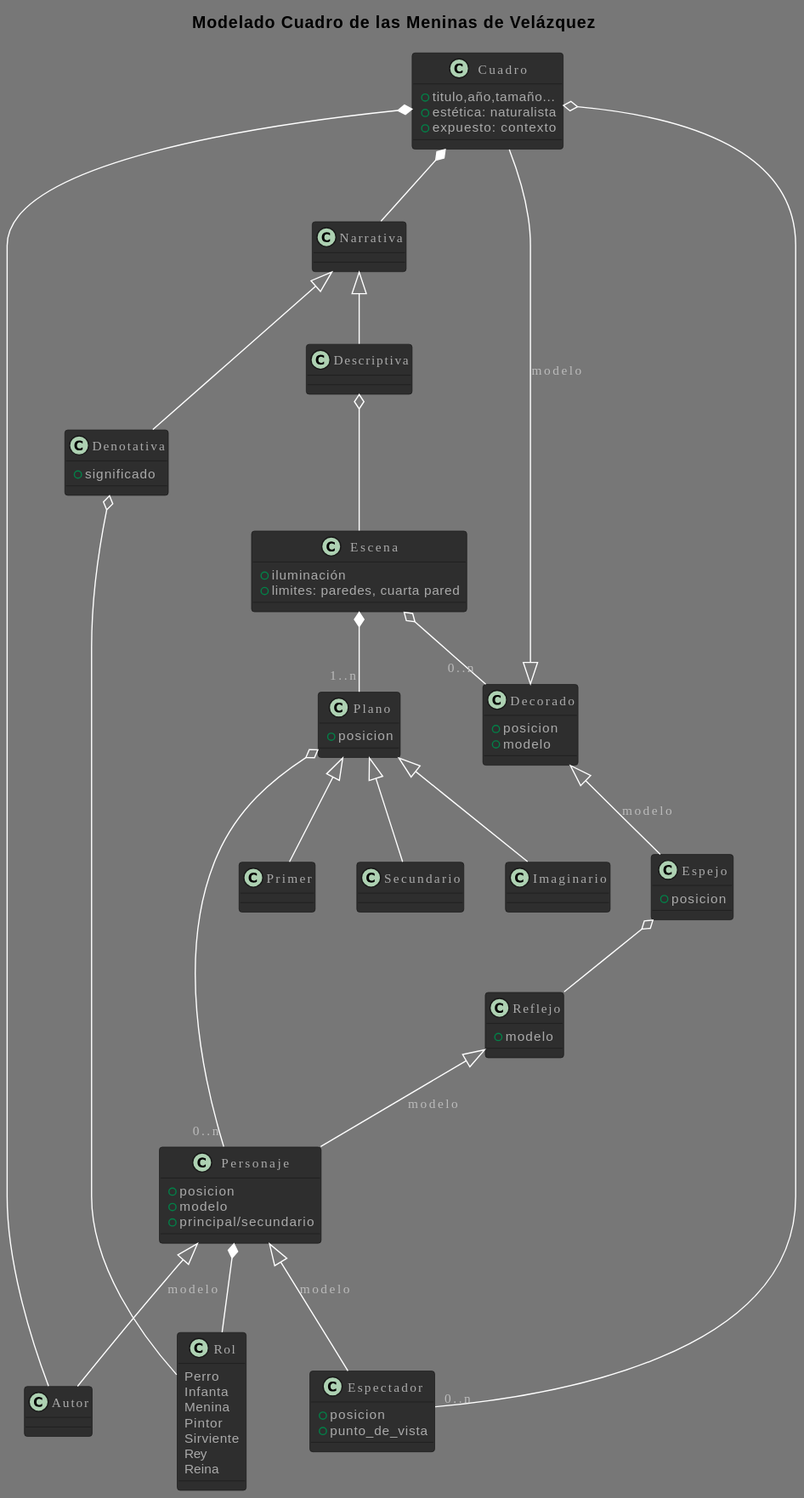
Before: PracticasMaster/01_Modelado_O/diagrams/meninas/MeninasDomain.svg, a diagram exported from PlantUML (Joselon/joselon.github.io).
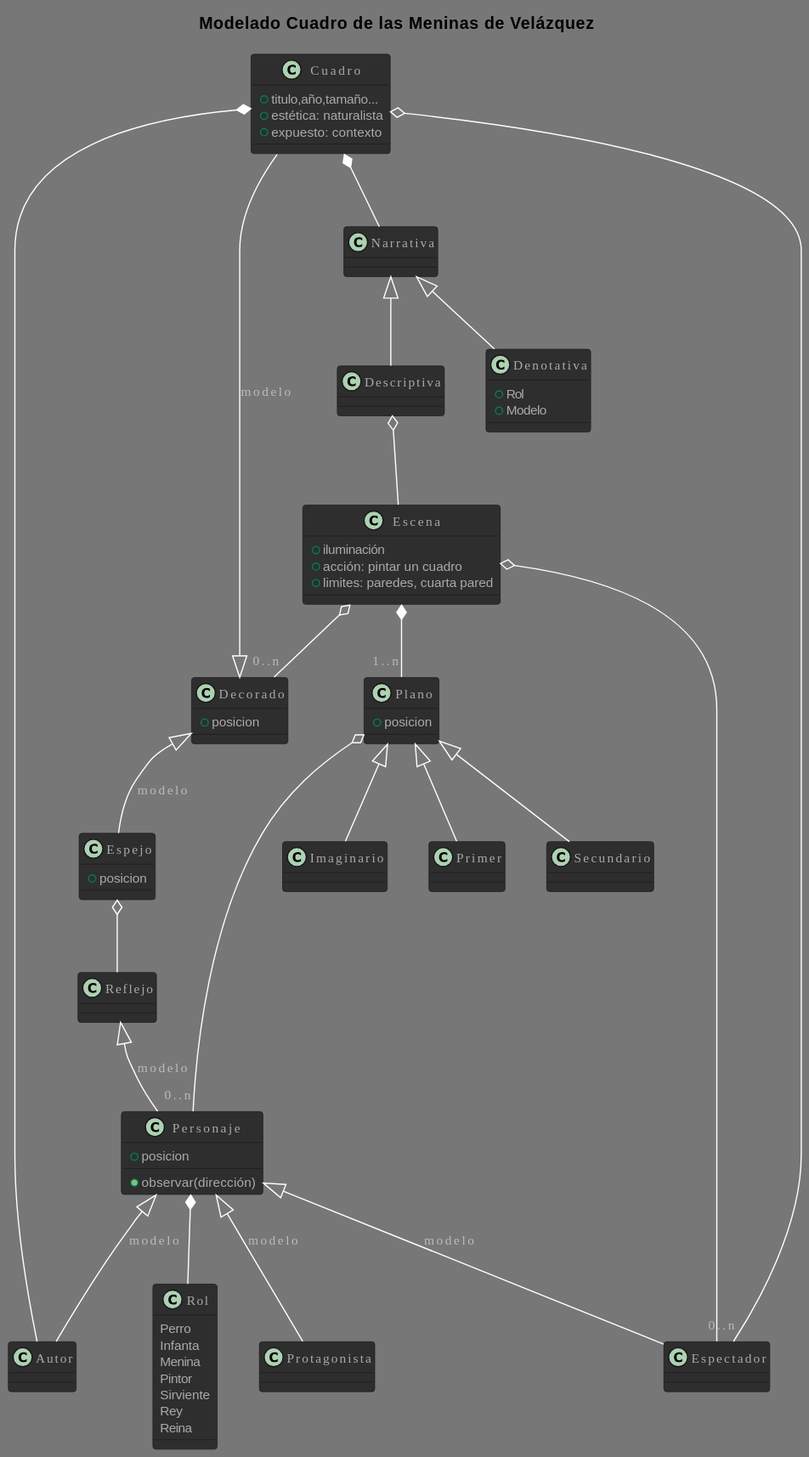
The same file after the commit.

Commit message:
Practica Meninas. PostXavi

The edit, as a diff of the source:
```diff
@@ -12,18 +12,14 @@
 Cuadro *-- Narrativa
 
 class Narrativa {
-
 }
 Narrativa <|-- Denotativa
 Narrativa <|-- Descriptiva
 
-class Descriptiva {
+class Denotativa {
+    + Rol
+    + Modelo
 }
-
-class Denotativa {
-    + significado
-}
-Denotativa o-- Rol
 
 class Rol {
     Perro
@@ -41,28 +37,26 @@
 
 class Escena {
     + iluminación
+    + acción: pintar un cuadro
     + limites: paredes, cuarta pared
 }
 Escena o--"0..n" Decorado
 Escena *--"1..n" Plano
+Escena o-- Espectador
 
 class Plano {
     + posicion
-
 }
 Plano <|-- Primer
 Plano <|-- Secundario
 Plano <|-- Imaginario
 Plano o--"0..n" Personaje
 
-
 class Decorado {
    + posicion
-   + modelo
 }
 Decorado <|-- Cuadro :modelo
 Decorado <|-- Espejo :modelo
-
 
 class Espejo {
     + posicion
@@ -70,24 +64,20 @@
 Espejo o-- Reflejo
 
 class Reflejo{
-   + modelo
 }
 Reflejo <|-- Personaje :modelo
 
 class Personaje {
     + posicion
-    + modelo
-    + principal/secundario
+    + observar(dirección)
 }
 Personaje <|-- Autor :modelo
 Personaje <|-- Espectador :modelo
+Personaje <|-- Protagonista :modelo
 Personaje *-- Rol
+
 class Espectador {
-    + posicion
-    + punto_de_vista
 }
-
-
 
 @end
 
@@ -381,18 +371,14 @@
 Cuadro *-- Narrativa
 
 class Narrativa {
-
 }
 Narrativa <|-- Denotativa
 Narrativa <|-- Descriptiva
 
-class Descriptiva {
+class Denotativa {
+    + Rol
+    + Modelo
 }
-
-class Denotativa {
-    + significado
-}
-Denotativa o-- Rol
 
 class Rol {
     Perro
@@ -410,28 +396,26 @@
 
 class Escena {
     + iluminación
+    + acción: pintar un cuadro
     + limites: paredes, cuarta pared
 }
 Escena o--"0..n" Decorado
 Escena *--"1..n" Plano
+Escena o-- Espectador
 
 class Plano {
     + posicion
-
 }
 Plano <|-- Primer
 Plano <|-- Secundario
 Plano <|-- Imaginario
 Plano o--"0..n" Personaje
 
-
 class Decorado {
    + posicion
-   + modelo
 }
 Decorado <|-- Cuadro :modelo
 Decorado <|-- Espejo :modelo
-
 
 class Espejo {
     + posicion
@@ -439,32 +423,28 @@
 Espejo o-- Reflejo
 
 class Reflejo{
-   + modelo
 }
 Reflejo <|-- Personaje :modelo
 
 class Personaje {
     + posicion
-    + modelo
-    + principal/secundario
+    + observar(dirección)
 }
 Personaje <|-- Autor :modelo
 Personaje <|-- Espectador :modelo
+Personaje <|-- Protagonista :modelo
 Personaje *-- Rol
+
 class Espectador {
-    + posicion
-    + punto_de_vista
 }
-
-
 
 @end
 
 PlantUML version 1.2024.3(Thu Feb 15 19:40:05 WET 2024)
 (GPLv2 source distribution)
-Java Runtime: Java(TM) SE Runtime Environment
-JVM: Java HotSpot(TM) 64-Bit Server VM
-Default Encoding: UTF-8
+Java Runtime: OpenJDK Runtime Environment
+JVM: OpenJDK 64-Bit Server VM
+Default Encoding: Cp1252
 Language: es
 Country: ES
 @enduml
```
